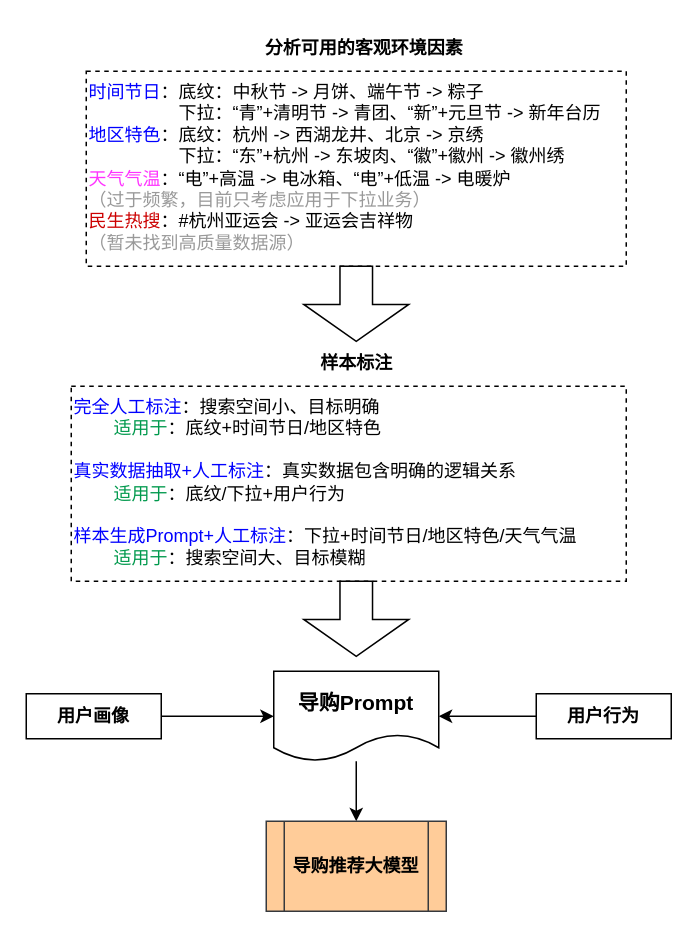
Before: Other_img/客观环境LLM建设图.drawio in cheungwoonming/picx-images-hosting, a draw.io diagram. Source tidied: cells renumbered, new cells numbered last; positions are measured from the earlier drawing's top-left corner, leaving out a move shared by most shapes. Both pictures are drawn from the tidied source at 150%, with x=0, y=0 at pixel (26, 26).
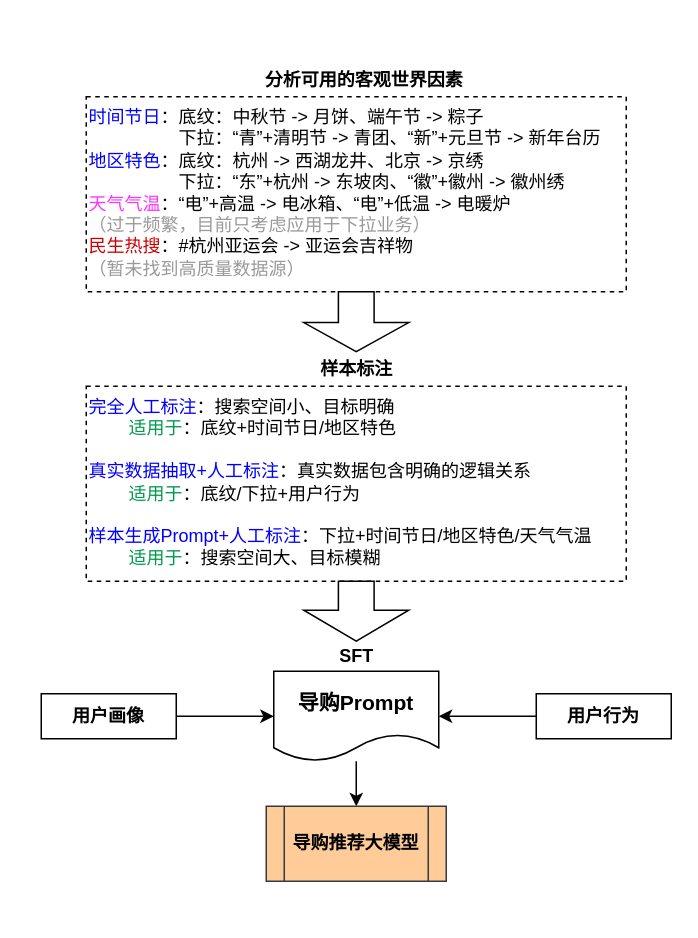
After the change.

Commit message:
更新客观环境LLM建设图.drawio

What changed in the source:
```diff
@@
 <mxGraphModel>
   <root>
     <mxCell id="0" />
     <mxCell id="1" parent="0" />
     <mxCell id="2" value="&lt;div style=&quot;&quot;&gt;&lt;span style=&quot;background-color: initial;&quot;&gt;&lt;font color=&quot;#0000ff&quot;&gt;时间节日&lt;/font&gt;：底纹：中秋节 -&amp;gt; 月饼、端午节 -&amp;gt; 粽子&lt;/span&gt;&lt;/div&gt;&lt;div style=&quot;&quot;&gt;&lt;span style=&quot;background-color: initial;&quot;&gt;&lt;span style=&quot;white-space: pre;&quot;&gt;&#9;&lt;span style=&quot;white-space: pre;&quot;&gt;&#9;&lt;/span&gt; &lt;/span&gt;&amp;nbsp;下拉：“青”+清明节 -&amp;gt; 青团、“新”+元旦节 -&amp;gt; 新年台历&lt;br&gt;&lt;/span&gt;&lt;/div&gt;&lt;div style=&quot;&quot;&gt;&lt;font color=&quot;#0000ff&quot;&gt;地区特色&lt;/font&gt;：底纹：杭州 -&amp;gt; 西湖龙井、北京 -&amp;gt; 京绣&lt;/div&gt;&lt;div style=&quot;&quot;&gt;&lt;span style=&quot;white-space: pre;&quot;&gt;&#9;&lt;/span&gt;&lt;span style=&quot;white-space: pre;&quot;&gt;&#9;&lt;/span&gt;&amp;nbsp; 下拉：“东”+杭州 -&amp;gt; 东坡肉、“徽”+徽州 -&amp;gt; 徽州绣&lt;br&gt;&lt;/div&gt;&lt;div style=&quot;&quot;&gt;&lt;font color=&quot;#ff33ff&quot;&gt;天气气温&lt;/font&gt;：“电”+高温 -&amp;gt; 电冰箱、“电”+低温 -&amp;gt; 电暖炉&lt;/div&gt;&lt;div style=&quot;&quot;&gt;&lt;font color=&quot;#999999&quot;&gt;（过于频繁，目前只考虑应用于下拉业务）&lt;/font&gt;&lt;br&gt;&lt;/div&gt;&lt;div style=&quot;&quot;&gt;&lt;font color=&quot;#cc0000&quot;&gt;民生热搜&lt;/font&gt;：#杭州亚运会 -&amp;gt; 亚运会吉祥物&lt;/div&gt;&lt;div style=&quot;&quot;&gt;&lt;font color=&quot;#999999&quot;&gt;（暂未找到高质量数据源）&lt;/font&gt;&lt;/div&gt;" style="rounded=0;whiteSpace=wrap;html=1;dashed=1;fillColor=none;align=left;labelPosition=center;verticalLabelPosition=middle;verticalAlign=top;" parent="1" vertex="1">
-      <mxGeometry x="40" y="30" width="360" height="130" as="geometry" />
+      <mxGeometry x="40" y="47" width="360" height="130" as="geometry" />
     </mxCell>
-    <mxCell id="3" value="&lt;b style=&quot;&quot;&gt;分析可用的客观环境因素&lt;/b&gt;" style="text;html=1;align=center;verticalAlign=middle;strokeColor=none;fillColor=none;" parent="1" vertex="1">
-      <mxGeometry x="145" width="160" height="30" as="geometry" />
+    <mxCell id="3" value="&lt;b style=&quot;&quot;&gt;分析可用的客观世界因素&lt;/b&gt;" style="text;html=1;align=center;verticalAlign=middle;strokeColor=none;fillColor=none;" parent="1" vertex="1">
+      <mxGeometry x="145" y="21" width="160" height="30" as="geometry" />
     </mxCell>
     <mxCell id="4" value="&lt;div style=&quot;&quot;&gt;&lt;font color=&quot;#0000ff&quot;&gt;完全人工标注&lt;/font&gt;：搜索空间小、目标明确&lt;/div&gt;&lt;font style=&quot;background-color: initial;&quot;&gt;&lt;span style=&quot;color: rgb(0, 0, 255); white-space: pre;&quot;&gt;&#9;&lt;/span&gt;&lt;font color=&quot;#00994d&quot;&gt;适用于&lt;/font&gt;&lt;/font&gt;&lt;span style=&quot;background-color: initial;&quot;&gt;：&lt;/span&gt;底纹+时间节日/地区特色&lt;div style=&quot;&quot;&gt;&lt;br&gt;&lt;/div&gt;&lt;div style=&quot;&quot;&gt;&lt;font color=&quot;#0000ff&quot;&gt;真实数据抽取+人工标注&lt;/font&gt;：真实数据包含明确的逻辑关系&lt;/div&gt;&lt;div style=&quot;&quot;&gt;&lt;span style=&quot;white-space: pre;&quot;&gt;&#9;&lt;/span&gt;&lt;font color=&quot;#00994d&quot;&gt;适用于&lt;/font&gt;：底纹/下拉+用户行为&lt;br&gt;&lt;/div&gt;&lt;div style=&quot;&quot;&gt;&lt;font color=&quot;#0000ff&quot;&gt;&lt;br&gt;&lt;/font&gt;&lt;/div&gt;&lt;div style=&quot;&quot;&gt;&lt;font color=&quot;#0000ff&quot;&gt;样本生成Prompt+人工标注&lt;/font&gt;：下拉+时间节日/地区特色/天气气温&lt;/div&gt;&lt;div style=&quot;&quot;&gt;&lt;span style=&quot;color: rgb(0, 0, 255); white-space: pre;&quot;&gt;&#9;&lt;/span&gt;&lt;font color=&quot;#00994d&quot;&gt;适用于&lt;/font&gt;：搜索空间大、目标模糊&lt;/div&gt;" style="rounded=0;whiteSpace=wrap;html=1;dashed=1;fillColor=none;align=left;labelPosition=center;verticalLabelPosition=middle;verticalAlign=top;" parent="1" vertex="1">
-      <mxGeometry x="30" y="240" width="370" height="130" as="geometry" />
+      <mxGeometry x="40" y="240" width="360" height="130" as="geometry" />
     </mxCell>
     <mxCell id="5" value="&lt;b style=&quot;&quot;&gt;样本标注&lt;/b&gt;" style="text;html=1;align=center;verticalAlign=middle;strokeColor=none;fillColor=none;" parent="1" vertex="1">
-      <mxGeometry x="185" y="210" width="70" height="30" as="geometry" />
+      <mxGeometry x="185" y="214" width="70" height="30" as="geometry" />
     </mxCell>
-    <mxCell id="6" style="html=1;shadow=0;dashed=0;align=center;verticalAlign=middle;shape=mxgraph.arrows2.arrow;dy=0.69;dx=24.57;direction=south;notch=0;" parent="1" vertex="1">
-      <mxGeometry x="185" y="160" width="70" height="50" as="geometry" />
+    <mxCell id="6" style="html=1;shadow=0;dashed=0;align=center;verticalAlign=middle;shape=mxgraph.arrows2.arrow;dy=0.66;dx=19.43;direction=south;notch=0;" parent="1" vertex="1">
+      <mxGeometry x="185" y="177" width="70" height="40" as="geometry" />
     </mxCell>
-    <mxCell id="7" style="html=1;shadow=0;dashed=0;align=center;verticalAlign=middle;shape=mxgraph.arrows2.arrow;dy=0.69;dx=24.57;direction=south;notch=0;" parent="1" vertex="1">
-      <mxGeometry x="185" y="370" width="70" height="50" as="geometry" />
+    <mxCell id="7" style="html=1;shadow=0;dashed=0;align=center;verticalAlign=middle;shape=mxgraph.arrows2.arrow;dy=0.66;dx=20.71;direction=south;notch=0;" parent="1" vertex="1">
+      <mxGeometry x="185" y="370" width="70" height="40" as="geometry" />
     </mxCell>
     <mxCell id="8" style="edgeStyle=orthogonalEdgeStyle;rounded=0;jettySize=auto;html=1;exitX=1;exitY=0.5;exitDx=0;exitDy=0;entryX=0;entryY=0.5;entryDx=0;entryDy=0;" parent="1" edge="1" source="9">
       <mxGeometry relative="1" as="geometry">
         <mxPoint x="165" y="460" as="targetPoint" />
       </mxGeometry>
     </mxCell>
     <mxCell id="9" value="&lt;b&gt;用户画像&lt;/b&gt;" style="rounded=0;whiteSpace=wrap;html=1;" parent="1" vertex="1">
-      <mxGeometry y="445" width="90" height="30" as="geometry" />
+      <mxGeometry x="10" y="445" width="90" height="30" as="geometry" />
     </mxCell>
     <mxCell id="10" style="edgeStyle=orthogonalEdgeStyle;rounded=0;jettySize=auto;html=1;exitX=0;exitY=0.5;exitDx=0;exitDy=0;entryX=1;entryY=0.5;entryDx=0;entryDy=0;" parent="1" edge="1" source="11">
       <mxGeometry relative="1" as="geometry">
         <mxPoint x="275" y="460" as="targetPoint" />
       </mxGeometry>
     </mxCell>
     <mxCell id="11" value="&lt;b&gt;用户行为&lt;/b&gt;" style="rounded=0;whiteSpace=wrap;html=1;" parent="1" vertex="1">
       <mxGeometry x="340" y="445" width="90" height="30" as="geometry" />
     </mxCell>
     <mxCell id="12" style="edgeStyle=orthogonalEdgeStyle;rounded=0;jettySize=auto;html=1;" parent="1" edge="1" source="13" target="14">
       <mxGeometry relative="1" as="geometry" />
     </mxCell>
     <mxCell id="13" value="&lt;b&gt;&lt;font style=&quot;font-size: 14px;&quot;&gt;导购Prompt&lt;/font&gt;&lt;/b&gt;" style="shape=document;whiteSpace=wrap;html=1;boundedLbl=1;" parent="1" vertex="1">
       <mxGeometry x="165" y="430" width="110" height="60" as="geometry" />
     </mxCell>
     <mxCell id="14" value="&lt;b&gt;导购推荐大模型&lt;/b&gt;" style="shape=process;whiteSpace=wrap;html=1;backgroundOutline=1;fillColor=#ffcc99;strokeColor=#36393d;" parent="1" vertex="1">
-      <mxGeometry x="160" y="530" width="120" height="60" as="geometry" />
+      <mxGeometry x="160" y="520" width="120" height="50" as="geometry" />
     </mxCell>
+    <mxCell id="15" value="&lt;b style=&quot;&quot;&gt;SFT&lt;/b&gt;" style="text;html=1;align=center;verticalAlign=middle;strokeColor=none;fillColor=none;" parent="1" vertex="1">
+      <mxGeometry x="195" y="405" width="50" height="30" as="geometry" />
+    </mxCell>
   </root>
 </mxGraphModel>
```
